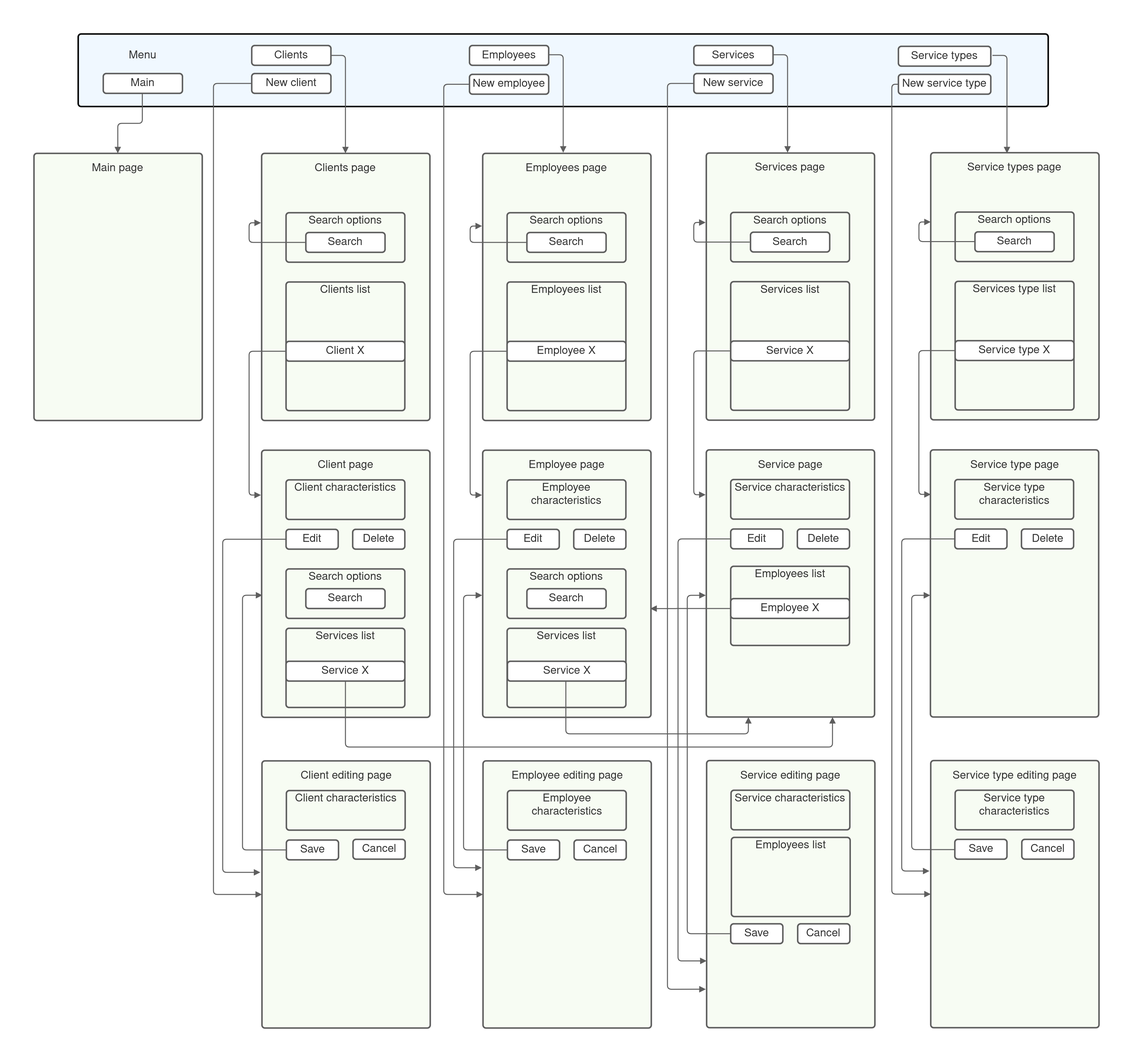
Above: pages_scheme.png in Green-Chan/cmc_web_practicum (draw.io), before the change. Source tidied: cells renumbered, new cells last; positions are measured from the earlier drawing's top-left corner, leaving out a move shared by most shapes.
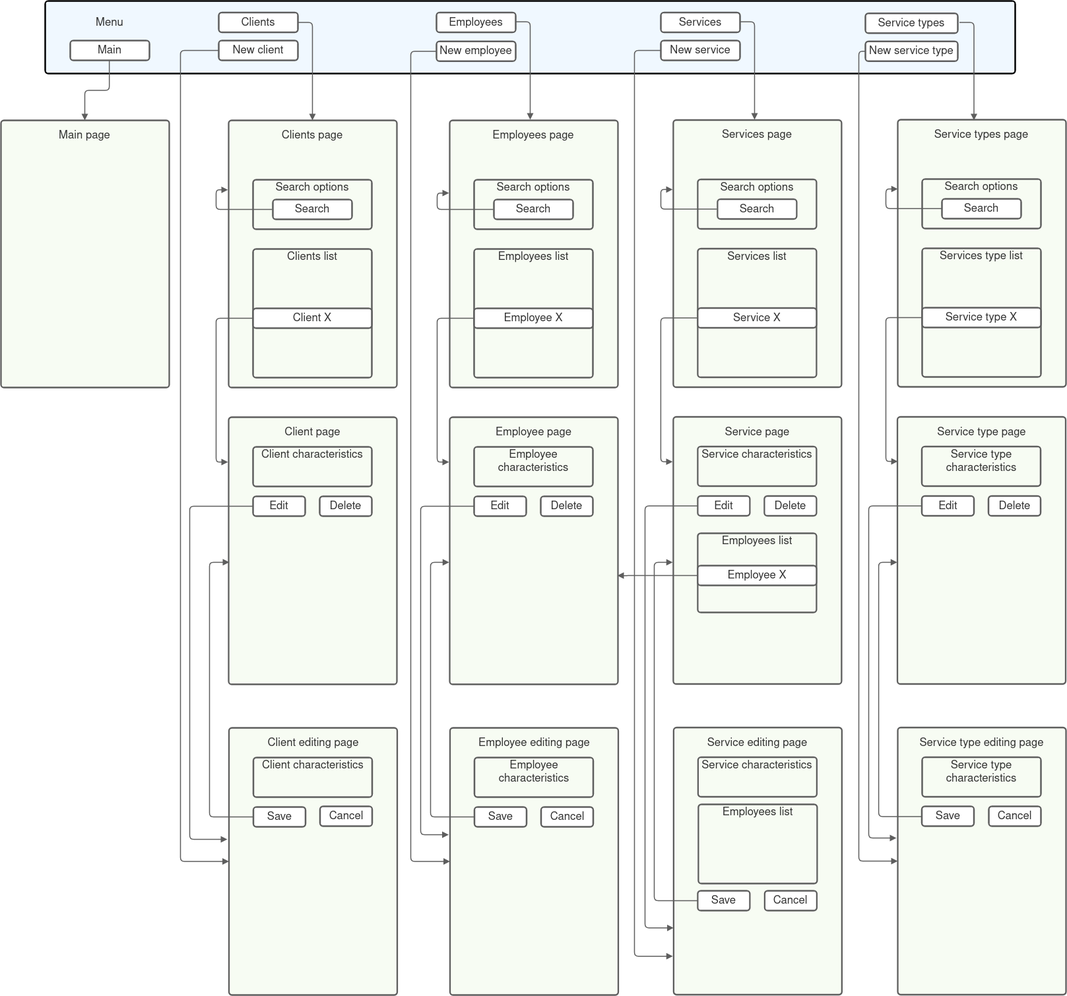
The same file after the commit.

What changed in the source:
```diff
@@ -104,15 +104,6 @@
     <mxCell id="30" value="Delete" style="html=1;overflow=block;blockSpacing=1;whiteSpace=wrap;whiteSpace=wrap;fontSize=16.7;fontColor=#333333;spacing=3.8;strokeColor=#5e5e5e;strokeOpacity=100;rounded=1;absoluteArcSize=1;arcSize=9;strokeWidth=2.3;" parent="1" vertex="1">
       <mxGeometry x="483" y="751" width="79" height="30" as="geometry" />
     </mxCell>
-    <mxCell id="31" value="Services list" style="html=1;overflow=block;blockSpacing=1;whiteSpace=wrap;whiteSpace=wrap;fontSize=16.7;fontColor=#333333;spacing=3.8;verticalAlign=top;strokeColor=#5e5e5e;strokeOpacity=100;fillOpacity=0;rounded=1;absoluteArcSize=1;arcSize=9;fillColor=#000000;strokeWidth=2.3;" parent="1" vertex="1">
-      <mxGeometry x="382" y="901" width="180" height="120" as="geometry" />
-    </mxCell>
-    <mxCell id="32" value="Search options" style="html=1;overflow=block;blockSpacing=1;whiteSpace=wrap;whiteSpace=wrap;fontSize=16.7;fontColor=#333333;spacing=3.8;verticalAlign=top;strokeColor=#5e5e5e;strokeOpacity=100;fillOpacity=0;rounded=1;absoluteArcSize=1;arcSize=9;fillColor=#000000;strokeWidth=2.3;" parent="1" vertex="1">
-      <mxGeometry x="382" y="811" width="180" height="75" as="geometry" />
-    </mxCell>
-    <mxCell id="33" value="Search" style="html=1;overflow=block;blockSpacing=1;whiteSpace=wrap;whiteSpace=wrap;fontSize=16.7;fontColor=#333333;spacing=3.8;strokeColor=#5e5e5e;strokeOpacity=100;rounded=1;absoluteArcSize=1;arcSize=9;strokeWidth=2.3;" parent="1" vertex="1">
-      <mxGeometry x="412" y="841" width="120" height="30" as="geometry" />
-    </mxCell>
     <mxCell id="34" value="Client X" style="html=1;overflow=block;blockSpacing=1;whiteSpace=wrap;whiteSpace=wrap;fontSize=16.7;fontColor=#333333;spacing=3.8;strokeColor=#5e5e5e;strokeOpacity=100;rounded=1;absoluteArcSize=1;arcSize=9;strokeWidth=2.3;" parent="1" vertex="1">
       <mxGeometry x="382" y="466" width="180" height="30" as="geometry" />
     </mxCell>
@@ -139,15 +130,6 @@
     <mxCell id="40" value="Delete" style="html=1;overflow=block;blockSpacing=1;whiteSpace=wrap;whiteSpace=wrap;fontSize=16.7;fontColor=#333333;spacing=3.8;strokeColor=#5e5e5e;strokeOpacity=100;rounded=1;absoluteArcSize=1;arcSize=9;strokeWidth=2.3;" parent="1" vertex="1">
       <mxGeometry x="818" y="751" width="79" height="30" as="geometry" />
     </mxCell>
-    <mxCell id="41" value="Services list" style="html=1;overflow=block;blockSpacing=1;whiteSpace=wrap;whiteSpace=wrap;fontSize=16.7;fontColor=#333333;spacing=3.8;verticalAlign=top;strokeColor=#5e5e5e;strokeOpacity=100;fillOpacity=0;rounded=1;absoluteArcSize=1;arcSize=9;fillColor=#000000;strokeWidth=2.3;" parent="1" vertex="1">
-      <mxGeometry x="717" y="901" width="180" height="120" as="geometry" />
-    </mxCell>
-    <mxCell id="42" value="Search options" style="html=1;overflow=block;blockSpacing=1;whiteSpace=wrap;whiteSpace=wrap;fontSize=16.7;fontColor=#333333;spacing=3.8;verticalAlign=top;strokeColor=#5e5e5e;strokeOpacity=100;fillOpacity=0;rounded=1;absoluteArcSize=1;arcSize=9;fillColor=#000000;strokeWidth=2.3;" parent="1" vertex="1">
-      <mxGeometry x="717" y="811" width="180" height="75" as="geometry" />
-    </mxCell>
-    <mxCell id="43" value="Search" style="html=1;overflow=block;blockSpacing=1;whiteSpace=wrap;whiteSpace=wrap;fontSize=16.7;fontColor=#333333;spacing=3.8;strokeColor=#5e5e5e;strokeOpacity=100;rounded=1;absoluteArcSize=1;arcSize=9;strokeWidth=2.3;" parent="1" vertex="1">
-      <mxGeometry x="747" y="841" width="120" height="30" as="geometry" />
-    </mxCell>
     <mxCell id="44" value="Employee X" style="html=1;overflow=block;blockSpacing=1;whiteSpace=wrap;whiteSpace=wrap;fontSize=16.7;fontColor=#333333;spacing=3.8;strokeColor=#5e5e5e;strokeOpacity=100;rounded=1;absoluteArcSize=1;arcSize=9;strokeWidth=2.3;" parent="1" vertex="1">
       <mxGeometry x="717" y="466" width="180" height="30" as="geometry" />
     </mxCell>
@@ -351,29 +333,6 @@
         </Array>
       </mxGeometry>
     </mxCell>
-    <mxCell id="90" value="Service X" style="html=1;overflow=block;blockSpacing=1;whiteSpace=wrap;whiteSpace=wrap;fontSize=16.7;fontColor=#333333;spacing=3.8;strokeColor=#5e5e5e;strokeOpacity=100;rounded=1;absoluteArcSize=1;arcSize=9;strokeWidth=2.3;" parent="1" vertex="1">
-      <mxGeometry x="382" y="951" width="180" height="30" as="geometry" />
-    </mxCell>
-    <mxCell id="91" value="Service X" style="html=1;overflow=block;blockSpacing=1;whiteSpace=wrap;whiteSpace=wrap;fontSize=16.7;fontColor=#333333;spacing=3.8;strokeColor=#5e5e5e;strokeOpacity=100;rounded=1;absoluteArcSize=1;arcSize=9;strokeWidth=2.3;" parent="1" vertex="1">
-      <mxGeometry x="717.5" y="951" width="180" height="30" as="geometry" />
-    </mxCell>
-    <mxCell id="92" style="html=1;jettySize=18;whiteSpace=wrap;fontSize=13;strokeColor=#5E5E5E;strokeWidth=1.5;rounded=1;arcSize=12;edgeStyle=orthogonalEdgeStyle;startArrow=none;endArrow=block;endFill=1;exitX=0.5;exitY=1;entryX=0.75;entryY=1;exitDx=0;exitDy=0;entryDx=0;entryDy=0;" parent="1" edge="1" source="90" target="46">
-      <mxGeometry relative="1" as="geometry">
-        <Array as="points">
-          <mxPoint x="472" y="1081" />
-          <mxPoint x="1210" y="1081" />
-        </Array>
-      </mxGeometry>
-    </mxCell>
-    <mxCell id="93" style="html=1;jettySize=18;whiteSpace=wrap;fontSize=13;strokeColor=#5E5E5E;strokeWidth=1.5;rounded=1;arcSize=12;edgeStyle=orthogonalEdgeStyle;startArrow=none;endArrow=block;endFill=1;exitX=0.5;exitY=1;entryX=0.25;entryY=1;exitDx=0;exitDy=0;entryDx=0;entryDy=0;" parent="1" edge="1" target="46">
-      <mxGeometry relative="1" as="geometry">
-        <mxPoint x="806" y="981" as="sourcePoint" />
-        <Array as="points">
-          <mxPoint x="806" y="1061" />
-          <mxPoint x="1083" y="1061" />
-        </Array>
-      </mxGeometry>
-    </mxCell>
     <mxCell id="94" value="New client" style="html=1;overflow=block;blockSpacing=1;whiteSpace=wrap;whiteSpace=wrap;fontSize=16.7;fontColor=#333333;spacing=3.8;strokeColor=#5e5e5e;strokeOpacity=100;rounded=1;absoluteArcSize=1;arcSize=9;strokeWidth=2.3;" parent="1" vertex="1">
       <mxGeometry x="330" y="60" width="120" height="30" as="geometry" />
     </mxCell>
```
